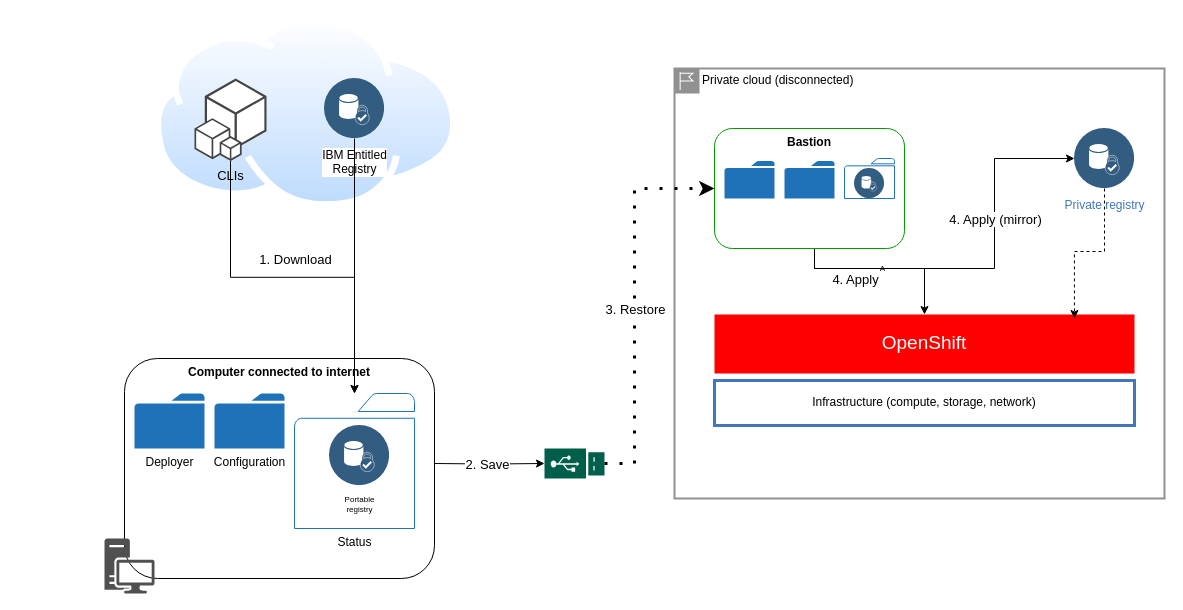
Before: page "air-gapped-portable" (3 of 3) of doc/src/pages/advanced/air-gapped-installation/air-gapped-overview.drawio in IBM/cloud-pak-deployer, a draw.io diagram. Source tidied: cells renumbered, new cells numbered last; positions are measured from the earlier drawing's top-left corner, leaving out a move shared by most shapes. Both pictures are drawn from the tidied source at 100%, with x=0, y=0 at pixel (104, 17).
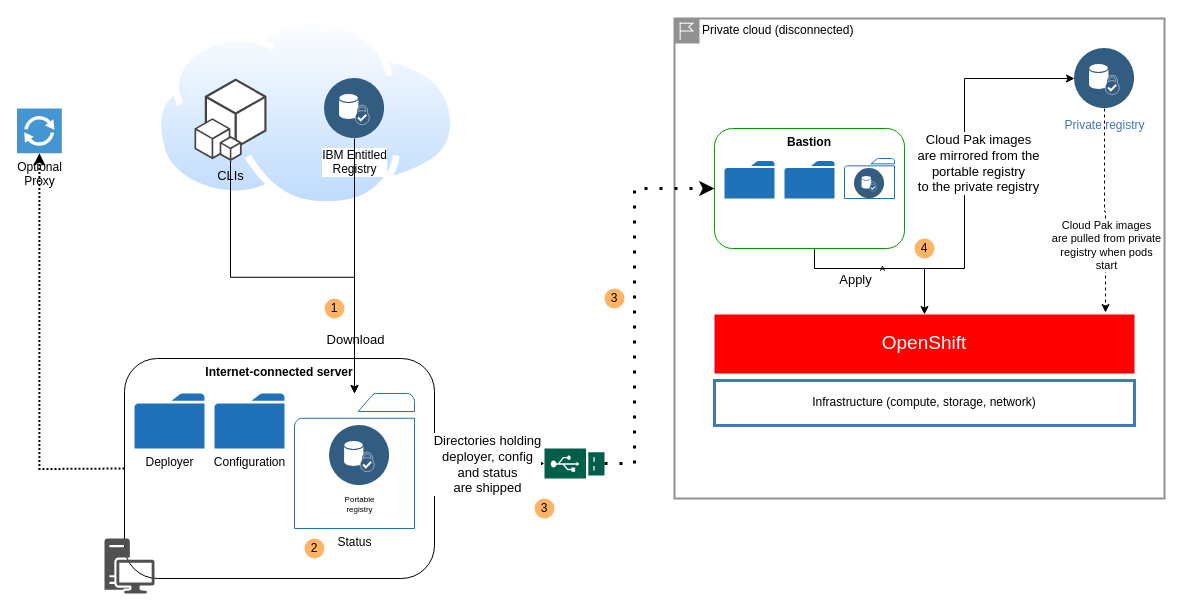
Above is the later version.

The change refers to these unchanged cells:
```xml
<mxCell id="4" value="OpenShift" style="fontStyle=0;verticalAlign=middle;align=center;spacingTop=-2;fillColor=#FF0000;rounded=0;whiteSpace=wrap;html=1;strokeColor=none;strokeWidth=3;dashed=0;fontColor=#FFFFFF;fontSize=19;" parent="3" vertex="1">
  <mxGeometry x="610" y="297" width="420" height="59" as="geometry" />
</mxCell>
<mxCell id="18" style="edgeStyle=orthogonalEdgeStyle;rounded=0;jettySize=auto;html=1;fontSize=8;" parent="10" edge="1" target="15">
  <mxGeometry relative="1" as="geometry">
    <mxPoint x="330" y="446" as="sourcePoint" />
  </mxGeometry>
</mxCell>
<mxCell id="21" style="endArrow=classic;html=1;rounded=0;fontSize=8;" parent="10" edge="1" source="9" target="12">
  <mxGeometry relative="1" as="geometry" />
</mxCell>
<mxCell id="23" style="edgeStyle=orthogonalEdgeStyle;rounded=0;jettySize=auto;html=1;fontSize=8;entryX=0;entryY=0.5;entryDx=0;entryDy=0;dashed=1;dashPattern=1 4;strokeWidth=3;" parent="10" edge="1" source="15">
  <mxGeometry relative="1" as="geometry">
    <mxPoint x="610" y="171" as="targetPoint" />
    <Array as="points">
      <mxPoint x="530" y="446" />
      <mxPoint x="530" y="171" />
    </Array>
  </mxGeometry>
</mxCell>
<mxCell id="25" value="A" style="edgeStyle=orthogonalEdgeStyle;rounded=0;jettySize=auto;html=1;fontSize=8;entryX=0.5;entryY=0;entryDx=0;entryDy=0;" parent="10" edge="1" target="4">
  <mxGeometry relative="1" as="geometry">
    <mxPoint x="710" y="231" as="sourcePoint" />
    <Array as="points">
      <mxPoint x="710" y="251" />
      <mxPoint x="820" y="251" />
    </Array>
  </mxGeometry>
</mxCell>
<mxCell id="33" value="Bastion" style="rounded=1;whiteSpace=wrap;html=1;verticalAlign=top;fontStyle=1;strokeColor=#009900;" parent="32" vertex="1">
  <mxGeometry width="190" height="120" as="geometry" />
</mxCell>
```

The edit, as a diff of the source:
```diff
@@
     <mxCell id="2" value="Private cloud (disconnected)" style="shape=mxgraph.ibm.box;prType=region;fontStyle=0;verticalAlign=top;align=left;spacingLeft=32;spacingTop=4;fillColor=none;rounded=0;whiteSpace=wrap;html=1;strokeColor=#919191;strokeWidth=2;dashed=0;spacing=-4;" parent="1" vertex="1">
-      <mxGeometry x="570" y="51" width="490" height="430" as="geometry" />
+      <mxGeometry x="570" y="1" width="490" height="480" as="geometry" />
     </mxCell>
+    <mxCell id="38" value="Optional&lt;br&gt;Proxy" style="shadow=0;dashed=0;html=1;strokeColor=none;fillColor=#4495D1;labelPosition=center;verticalLabelPosition=bottom;verticalAlign=top;align=center;outlineConnect=0;shape=mxgraph.veeam.2d.proxy;" parent="1" vertex="1">
+      <mxGeometry x="-87.5" y="91" width="44.8" height="44.8" as="geometry" />
+    </mxCell>
+    <mxCell id="39" style="edgeStyle=orthogonalEdgeStyle;rounded=0;jettySize=auto;html=1;dashed=1;dashPattern=1 1;strokeWidth=2;exitX=0;exitY=0.5;exitDx=0;exitDy=0;" parent="1" edge="1" target="38">
+      <mxGeometry relative="1" as="geometry">
+        <mxPoint x="20" y="451" as="sourcePoint" />
+      </mxGeometry>
+    </mxCell>
@@
     <mxCell id="7" value="Private registry" style="perimeter=ellipsePerimeter;html=1;align=center;shadow=0;dashed=0;fontColor=#4277BB;labelBackgroundColor=#ffffff;fontSize=12;spacingTop=3;image;image=img/lib/ibm/data/device_identity_service.svg;rounded=1;strokeColor=#FF0000;fillColor=#99CCFF;" parent="6" vertex="1">
-      <mxGeometry x="970" y="111" width="60" height="60" as="geometry" />
+      <mxGeometry x="970" y="31" width="60" height="60" as="geometry" />
     </mxCell>
@@
-    <mxCell id="11" value="Computer connected to internet" style="rounded=1;whiteSpace=wrap;html=1;verticalAlign=top;fontStyle=1;" parent="10" vertex="1">
+    <mxCell id="11" value="Internet-connected server" style="rounded=1;whiteSpace=wrap;html=1;verticalAlign=top;fontStyle=1;" parent="10" vertex="1">
       <mxGeometry x="20" y="341" width="310" height="220" as="geometry" />
     </mxCell>
@@
-    <mxCell id="19" value="2. Save" style="edgeLabel;html=1;align=center;verticalAlign=middle;fontSize=13;" parent="18" vertex="1">
+    <mxCell id="19" value="Directories holding&lt;br&gt;deployer, config&lt;br&gt;and status&lt;br&gt;are shipped" style="edgeLabel;html=1;align=center;verticalAlign=middle;fontSize=13;" parent="18" vertex="1">
       <mxGeometry x="-0.04" relative="1" as="geometry" />
     </mxCell>
@@
-    <mxCell id="22" value="1. Download" style="edgeLabel;html=1;align=center;verticalAlign=middle;fontSize=13;" parent="21" vertex="1">
+    <mxCell id="22" value="Download" style="edgeLabel;html=1;align=center;verticalAlign=middle;fontSize=13;" parent="21" vertex="1">
       <mxGeometry x="-0.03" relative="1" as="geometry">
-        <mxPoint x="-60" y="-4" as="offset" />
+        <mxPoint y="76" as="offset" />
       </mxGeometry>
     </mxCell>
@@
-    <mxCell id="24" value="3. Restore" style="edgeLabel;html=1;align=center;verticalAlign=middle;fontSize=13;" parent="23" vertex="1">
-      <mxGeometry x="-0.04" relative="1" as="geometry" />
-    </mxCell>
@@
-    <mxCell id="26" value="4. Apply" style="edgeLabel;html=1;align=center;verticalAlign=middle;fontSize=13;" parent="25" vertex="1">
+    <mxCell id="26" value="Apply" style="edgeLabel;html=1;align=center;verticalAlign=middle;fontSize=13;" parent="25" vertex="1">
       <mxGeometry x="-0.04" relative="1" as="geometry">
         <mxPoint x="-24" y="10" as="offset" />
       </mxGeometry>
     </mxCell>
     <mxCell id="27" style="edgeStyle=orthogonalEdgeStyle;rounded=0;jettySize=auto;html=1;fontSize=8;entryX=0;entryY=0.5;entryDx=0;entryDy=0;" parent="10" edge="1" source="33" target="7">
       <mxGeometry relative="1" as="geometry">
         <Array as="points">
           <mxPoint x="710" y="251" />
-          <mxPoint x="890" y="251" />
-          <mxPoint x="890" y="141" />
+          <mxPoint x="860" y="251" />
+          <mxPoint x="860" y="61" />
         </Array>
       </mxGeometry>
     </mxCell>
-    <mxCell id="28" value="4. Apply (mirror)" style="edgeLabel;html=1;align=center;verticalAlign=middle;fontSize=13;" parent="27" vertex="1">
+    <mxCell id="28" value="Cloud Pak images&lt;br&gt;are mirrored from the&lt;br&gt;portable registry&lt;br&gt;to the private registry" style="edgeLabel;html=1;align=center;verticalAlign=middle;fontSize=13;" parent="27" vertex="1">
       <mxGeometry x="-0.04" relative="1" as="geometry">
         <mxPoint x="13" y="-50" as="offset" />
       </mxGeometry>
     </mxCell>
@@
-    <mxCell id="31" style="edgeStyle=orthogonalEdgeStyle;rounded=0;jettySize=auto;html=1;fontSize=8;entryX=0.857;entryY=0.068;entryDx=0;entryDy=0;entryPerimeter=0;dashed=1;" parent="10" edge="1" source="7" target="4">
+    <mxCell id="31" style="edgeStyle=orthogonalEdgeStyle;rounded=0;jettySize=auto;html=1;fontSize=8;entryX=0.931;entryY=-0.034;entryDx=0;entryDy=0;entryPerimeter=0;dashed=1;" parent="10" edge="1" source="7" target="4">
       <mxGeometry relative="1" as="geometry" />
     </mxCell>
+    <mxCell id="40" value="Cloud Pak images&lt;br&gt;are pulled from private&lt;br&gt;registry when pods&lt;br&gt;start" style="edgeLabel;html=1;align=center;verticalAlign=middle;" parent="31" vertex="1">
+      <mxGeometry x="0.35" relative="1" as="geometry" />
+    </mxCell>
@@
+    <mxCell id="41" parent="0" />
+    <mxCell id="42" value="1" style="ellipse;whiteSpace=wrap;html=1;fillColor=#FFB366;strokeColor=none;" parent="41" vertex="1">
+      <mxGeometry x="220" y="281" width="20" height="20" as="geometry" />
+    </mxCell>
+    <mxCell id="43" value="2" style="ellipse;whiteSpace=wrap;html=1;fillColor=#FFB366;strokeColor=none;" parent="41" vertex="1">
+      <mxGeometry x="200" y="521" width="20" height="20" as="geometry" />
+    </mxCell>
+    <mxCell id="44" value="3" style="ellipse;whiteSpace=wrap;html=1;fillColor=#FFB366;strokeColor=none;" parent="41" vertex="1">
+      <mxGeometry x="430" y="481" width="20" height="20" as="geometry" />
+    </mxCell>
+    <mxCell id="45" value="3" style="ellipse;whiteSpace=wrap;html=1;fillColor=#FFB366;strokeColor=none;" parent="41" vertex="1">
+      <mxGeometry x="500" y="271" width="20" height="20" as="geometry" />
+    </mxCell>
+    <mxCell id="46" value="4" style="ellipse;whiteSpace=wrap;html=1;fillColor=#FFB366;strokeColor=none;" parent="41" vertex="1">
+      <mxGeometry x="810" y="221" width="20" height="20" as="geometry" />
+    </mxCell>
```
